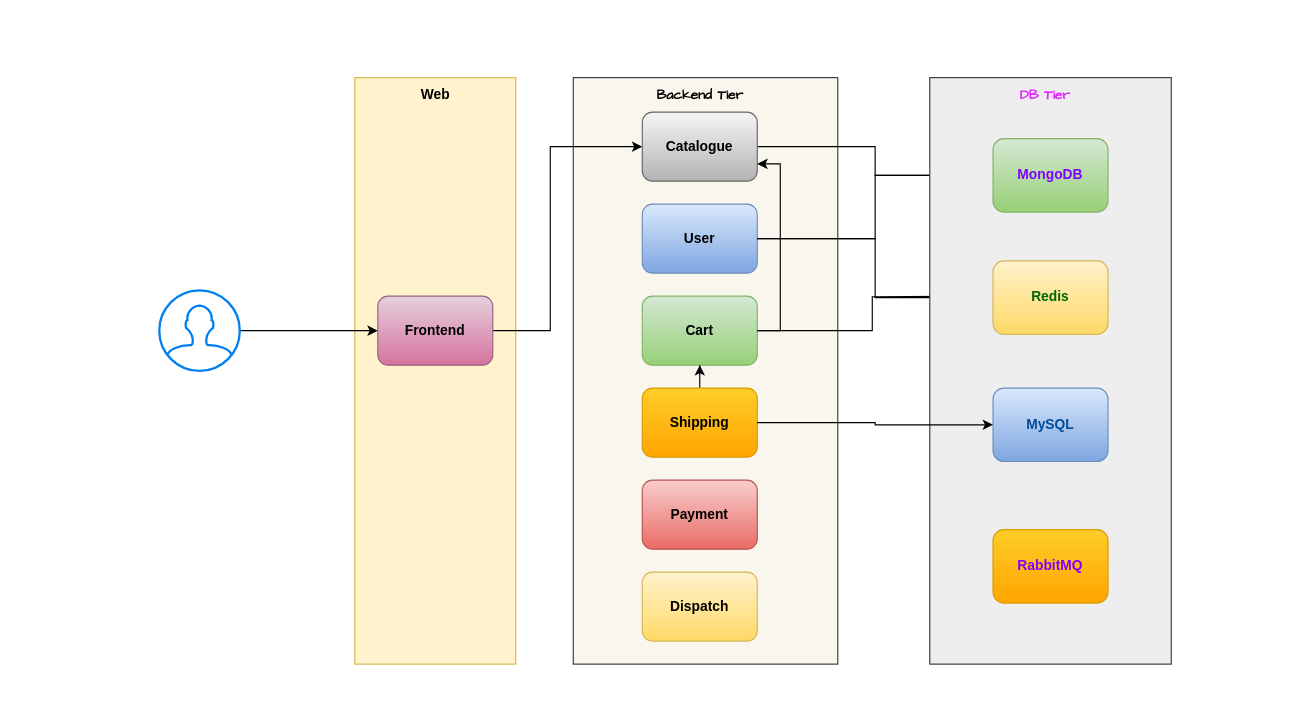
daws-84s/diagrams keeps this draw.io diagram as roboshop.drawio. Above is the earlier version. Source tidied: cells renumbered, new cells numbered last; positions are measured from the earlier drawing's top-left corner, leaving out a move shared by most shapes. Both pictures are drawn from the tidied source at 115%, with x=0, y=0 at pixel (159, 77).
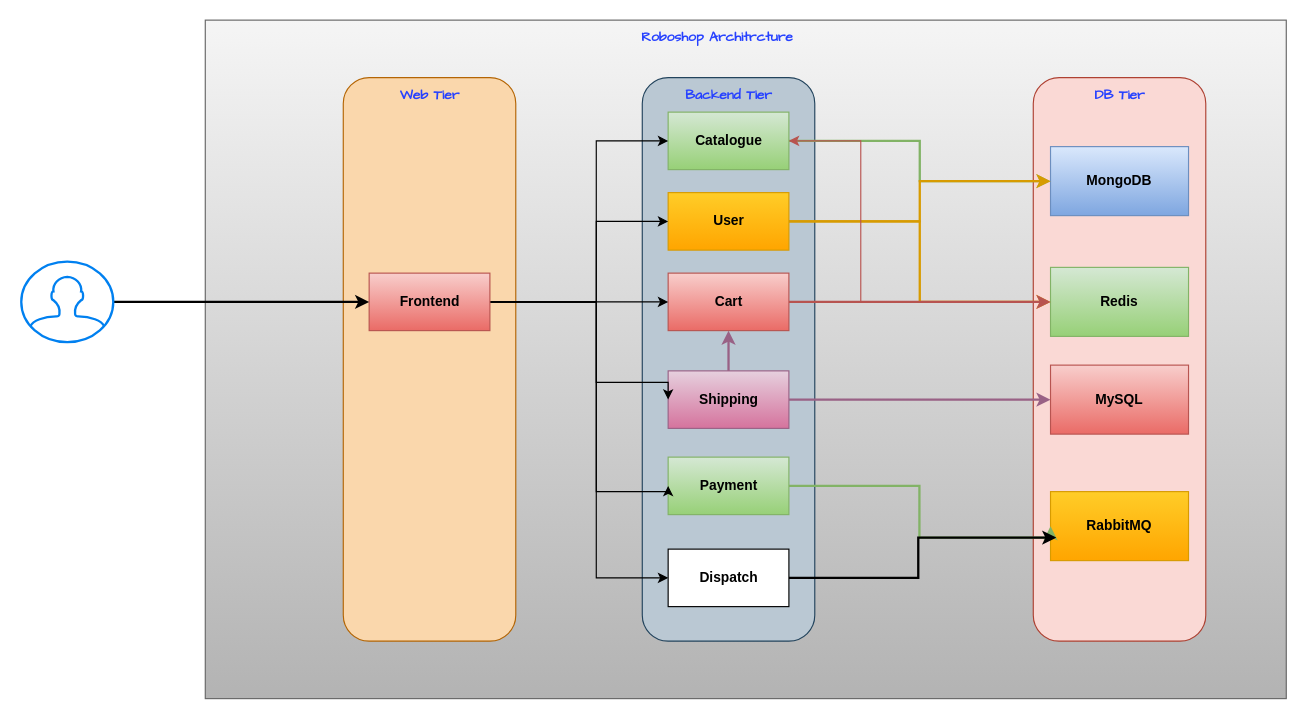
The same page after the edit.

Diff of the diagram source:
```diff
@@
-    <mxCell id="2" style="rounded=0;whiteSpace=wrap;html=1;fillColor=#f9f7ed;strokeColor=#36393d;" parent="1" vertex="1">
-      <mxGeometry x="360" width="230" height="510" as="geometry" />
-    </mxCell>
-    <mxCell id="3" style="rounded=0;whiteSpace=wrap;html=1;fillColor=#fff2cc;strokeColor=#d6b656;" parent="1" vertex="1">
-      <mxGeometry x="170" width="140" height="510" as="geometry" />
-    </mxCell>
+    <mxCell id="30" style="rounded=0;whiteSpace=wrap;html=1;fillColor=#f5f5f5;gradientColor=#b3b3b3;strokeColor=#666666;" parent="1" vertex="1">
+      <mxGeometry x="40" y="-50" width="940" height="590" as="geometry" />
+    </mxCell>
+    <mxCell id="31" style="rounded=1;whiteSpace=wrap;html=1;fillColor=#fad9d5;strokeColor=#ae4132;" parent="1" vertex="1">
+      <mxGeometry x="760" width="150" height="490" as="geometry" />
+    </mxCell>
+    <mxCell id="25" value="&lt;b&gt;Redis&lt;/b&gt;" style="rounded=0;whiteSpace=wrap;html=1;fillColor=#d5e8d4;gradientColor=#97d077;strokeColor=#82b366;" parent="1" vertex="1">
+      <mxGeometry x="775" y="165" width="120" height="60" as="geometry" />
+    </mxCell>
+    <mxCell id="24" value="&lt;b&gt;MongoDB&lt;/b&gt;" style="rounded=0;whiteSpace=wrap;html=1;fillColor=#dae8fc;gradientColor=#7ea6e0;strokeColor=#6c8ebf;" parent="1" vertex="1">
+      <mxGeometry x="775" y="60" width="120" height="60" as="geometry" />
+    </mxCell>
+    <mxCell id="26" value="&lt;b&gt;MySQL&lt;/b&gt;" style="rounded=0;whiteSpace=wrap;html=1;fillColor=#f8cecc;gradientColor=#ea6b66;strokeColor=#b85450;" parent="1" vertex="1">
+      <mxGeometry x="775" y="250" width="120" height="60" as="geometry" />
+    </mxCell>
+    <mxCell id="27" value="&lt;b&gt;RabbitMQ&lt;/b&gt;" style="rounded=0;whiteSpace=wrap;html=1;fillColor=#ffcd28;gradientColor=#ffa500;strokeColor=#d79b00;" parent="1" vertex="1">
+      <mxGeometry x="775" y="360" width="120" height="60" as="geometry" />
+    </mxCell>
+    <mxCell id="32" style="rounded=1;whiteSpace=wrap;html=1;fillColor=#bac8d3;strokeColor=#23445d;" parent="1" vertex="1">
+      <mxGeometry x="420" width="150" height="490" as="geometry" />
+    </mxCell>
-    <mxCell id="4" style="edgeStyle=orthogonalEdgeStyle;rounded=0;jettySize=auto;html=1;entryX=0;entryY=0.5;entryDx=0;entryDy=0;flowAnimation=1;" parent="1" edge="1" source="5" target="24">
+    <mxCell id="4" style="edgeStyle=orthogonalEdgeStyle;rounded=0;jettySize=auto;html=1;entryX=0;entryY=0.5;entryDx=0;entryDy=0;fillColor=#d5e8d4;gradientColor=#97d077;strokeColor=#82b366;strokeWidth=2;flowAnimation=1;" parent="1" edge="1" source="5" target="24">
       <mxGeometry relative="1" as="geometry" />
     </mxCell>
-    <mxCell id="5" value="&lt;b&gt;Catalogue&lt;/b&gt;" style="rounded=1;whiteSpace=wrap;html=1;fillColor=#f5f5f5;gradientColor=#b3b3b3;strokeColor=#666666;" parent="1" vertex="1">
-      <mxGeometry x="420" y="30" width="100" height="60" as="geometry" />
+    <mxCell id="5" value="&lt;b&gt;Catalogue&lt;/b&gt;" style="rounded=0;whiteSpace=wrap;html=1;fillColor=#d5e8d4;gradientColor=#97d077;strokeColor=#82b366;" parent="1" vertex="1">
+      <mxGeometry x="442.5" y="30" width="105" height="50" as="geometry" />
     </mxCell>
+    <mxCell id="20" style="edgeStyle=orthogonalEdgeStyle;rounded=0;jettySize=auto;html=1;entryX=0;entryY=0.5;entryDx=0;entryDy=0;fillColor=#ffcd28;gradientColor=#ffa500;strokeColor=#d79b00;strokeWidth=2;flowAnimation=1;" parent="1" edge="1" source="6" target="25">
+      <mxGeometry relative="1" as="geometry" />
+    </mxCell>
+    <mxCell id="19" style="edgeStyle=orthogonalEdgeStyle;rounded=0;jettySize=auto;html=1;entryX=0;entryY=0.5;entryDx=0;entryDy=0;fillColor=#ffcd28;gradientColor=#ffa500;strokeColor=#d79b00;flowAnimation=1;strokeWidth=2;" parent="1" edge="1" source="6" target="24">
+      <mxGeometry relative="1" as="geometry" />
+    </mxCell>
-    <mxCell id="6" value="&lt;b&gt;User&lt;/b&gt;" style="rounded=1;whiteSpace=wrap;html=1;fillColor=#dae8fc;gradientColor=#7ea6e0;strokeColor=#6c8ebf;" parent="1" vertex="1">
-      <mxGeometry x="420" y="110" width="100" height="60" as="geometry" />
+    <mxCell id="6" value="&lt;b&gt;User&lt;/b&gt;" style="rounded=0;whiteSpace=wrap;html=1;fillColor=#ffcd28;gradientColor=#ffa500;strokeColor=#d79b00;" parent="1" vertex="1">
+      <mxGeometry x="442.5" y="100" width="105" height="50" as="geometry" />
     </mxCell>
+    <mxCell id="33" style="edgeStyle=orthogonalEdgeStyle;rounded=0;jettySize=auto;html=1;entryX=0;entryY=0.5;entryDx=0;entryDy=0;fillColor=#f8cecc;gradientColor=#ea6b66;strokeColor=#b85450;flowAnimation=1;strokeWidth=2;" parent="1" edge="1" source="8" target="25">
+      <mxGeometry relative="1" as="geometry" />
+    </mxCell>
-    <mxCell id="7" style="edgeStyle=orthogonalEdgeStyle;rounded=0;jettySize=auto;html=1;entryX=1;entryY=0.75;entryDx=0;entryDy=0;flowAnimation=1;" parent="1" edge="1" source="8" target="5">
+    <mxCell id="7" style="edgeStyle=orthogonalEdgeStyle;rounded=0;jettySize=auto;html=1;entryX=1;entryY=0.5;entryDx=0;entryDy=0;fillColor=#f8cecc;gradientColor=#ea6b66;strokeColor=#b85450;flowAnimation=1;" parent="1" edge="1" source="8" target="5">
       <mxGeometry relative="1" as="geometry">
         <Array as="points">
-          <mxPoint x="540" y="220" />
-          <mxPoint x="540" y="75" />
+          <mxPoint x="610" y="195" />
+          <mxPoint x="610" y="55" />
         </Array>
       </mxGeometry>
     </mxCell>
-    <mxCell id="8" value="&lt;b&gt;Cart&lt;/b&gt;" style="rounded=1;whiteSpace=wrap;html=1;fillColor=#d5e8d4;gradientColor=#97d077;strokeColor=#82b366;" parent="1" vertex="1">
-      <mxGeometry x="420" y="190" width="100" height="60" as="geometry" />
+    <mxCell id="8" value="&lt;b&gt;Cart&lt;/b&gt;" style="rounded=0;whiteSpace=wrap;html=1;fillColor=#f8cecc;gradientColor=#ea6b66;strokeColor=#b85450;" parent="1" vertex="1">
+      <mxGeometry x="442.5" y="170" width="105" height="50" as="geometry" />
     </mxCell>
-    <mxCell id="9" style="edgeStyle=orthogonalEdgeStyle;rounded=0;jettySize=auto;html=1;" parent="1" edge="1" source="10" target="8">
+    <mxCell id="9" style="edgeStyle=orthogonalEdgeStyle;rounded=0;jettySize=auto;html=1;fillColor=#e6d0de;gradientColor=#d5739d;strokeColor=#996185;strokeWidth=2;flowAnimation=1;" parent="1" edge="1" source="10" target="8">
       <mxGeometry relative="1" as="geometry" />
     </mxCell>
+    <mxCell id="29" style="edgeStyle=orthogonalEdgeStyle;rounded=0;jettySize=auto;html=1;entryX=0;entryY=0.5;entryDx=0;entryDy=0;strokeWidth=2;flowAnimation=1;fillColor=#e6d0de;gradientColor=#d5739d;strokeColor=#996185;" parent="1" edge="1" source="10" target="26">
+      <mxGeometry relative="1" as="geometry" />
+    </mxCell>
-    <mxCell id="10" value="&lt;b&gt;Shipping&lt;/b&gt;" style="rounded=1;whiteSpace=wrap;html=1;fillColor=#ffcd28;gradientColor=#ffa500;strokeColor=#d79b00;" parent="1" vertex="1">
-      <mxGeometry x="420" y="270" width="100" height="60" as="geometry" />
+    <mxCell id="10" value="&lt;b&gt;Shipping&lt;/b&gt;" style="rounded=0;whiteSpace=wrap;html=1;fillColor=#e6d0de;gradientColor=#d5739d;strokeColor=#996185;" parent="1" vertex="1">
+      <mxGeometry x="442.5" y="255" width="105" height="50" as="geometry" />
     </mxCell>
+    <mxCell id="34" style="edgeStyle=orthogonalEdgeStyle;rounded=0;jettySize=auto;html=1;entryX=0;entryY=0.5;entryDx=0;entryDy=0;flowAnimation=1;fillColor=#d5e8d4;gradientColor=#97d077;strokeColor=#82b366;strokeWidth=2;" parent="1" edge="1" source="11" target="27">
+      <mxGeometry relative="1" as="geometry">
+        <Array as="points">
+          <mxPoint x="661" y="355" />
+          <mxPoint x="661" y="400" />
+          <mxPoint x="775" y="400" />
+        </Array>
+      </mxGeometry>
+    </mxCell>
-    <mxCell id="11" value="&lt;b&gt;Payment&lt;/b&gt;" style="rounded=1;whiteSpace=wrap;html=1;fillColor=#f8cecc;gradientColor=#ea6b66;strokeColor=#b85450;" parent="1" vertex="1">
-      <mxGeometry x="420" y="350" width="100" height="60" as="geometry" />
+    <mxCell id="11" value="&lt;b&gt;Payment&lt;/b&gt;" style="rounded=0;whiteSpace=wrap;html=1;fillColor=#d5e8d4;gradientColor=#97d077;strokeColor=#82b366;" parent="1" vertex="1">
+      <mxGeometry x="442.5" y="330" width="105" height="50" as="geometry" />
     </mxCell>
+    <mxCell id="35" style="edgeStyle=orthogonalEdgeStyle;rounded=0;jettySize=auto;html=1;flowAnimation=1;strokeWidth=2;" parent="1" edge="1" source="12">
+      <mxGeometry relative="1" as="geometry">
+        <mxPoint x="780" y="400" as="targetPoint" />
+        <Array as="points">
+          <mxPoint x="660" y="435" />
+          <mxPoint x="660" y="400" />
+        </Array>
+      </mxGeometry>
+    </mxCell>
-    <mxCell id="12" value="&lt;b&gt;Dispatch&lt;/b&gt;" style="rounded=1;whiteSpace=wrap;html=1;fillColor=#fff2cc;gradientColor=#ffd966;strokeColor=#d6b656;" parent="1" vertex="1">
-      <mxGeometry x="420" y="430" width="100" height="60" as="geometry" />
+    <mxCell id="12" value="&lt;b&gt;Dispatch&lt;/b&gt;" style="rounded=0;whiteSpace=wrap;html=1;" parent="1" vertex="1">
+      <mxGeometry x="442.5" y="410" width="105" height="50" as="geometry" />
     </mxCell>
+    <mxCell id="36" style="rounded=1;whiteSpace=wrap;html=1;fillColor=#fad7ac;strokeColor=#b46504;" parent="1" vertex="1">
+      <mxGeometry x="160" width="150" height="490" as="geometry" />
+    </mxCell>
-    <mxCell id="13" style="edgeStyle=orthogonalEdgeStyle;rounded=0;jettySize=auto;html=1;entryX=0;entryY=0.5;entryDx=0;entryDy=0;" parent="1" edge="1" source="14" target="5">
+    <mxCell id="13" style="edgeStyle=orthogonalEdgeStyle;rounded=0;jettySize=auto;html=1;" parent="1" edge="1" source="14" target="5">
       <mxGeometry relative="1" as="geometry">
         <Array as="points">
-          <mxPoint x="340" y="220" />
-          <mxPoint x="340" y="60" />
+          <mxPoint x="380" y="195" />
+          <mxPoint x="380" y="55" />
         </Array>
       </mxGeometry>
     </mxCell>
+    <mxCell id="37" style="edgeStyle=orthogonalEdgeStyle;rounded=0;jettySize=auto;html=1;entryX=0;entryY=0.5;entryDx=0;entryDy=0;" parent="1" edge="1" source="14" target="6">
+      <mxGeometry relative="1" as="geometry">
+        <Array as="points">
+          <mxPoint x="380" y="195" />
+          <mxPoint x="380" y="125" />
+        </Array>
+      </mxGeometry>
+    </mxCell>
+    <mxCell id="38" style="edgeStyle=orthogonalEdgeStyle;rounded=0;jettySize=auto;html=1;entryX=0;entryY=0.5;entryDx=0;entryDy=0;" parent="1" edge="1" source="14" target="8">
+      <mxGeometry relative="1" as="geometry" />
+    </mxCell>
+    <mxCell id="39" style="edgeStyle=orthogonalEdgeStyle;rounded=0;jettySize=auto;html=1;entryX=0;entryY=0.5;entryDx=0;entryDy=0;" parent="1" edge="1" source="14" target="10">
+      <mxGeometry relative="1" as="geometry">
+        <Array as="points">
+          <mxPoint x="380" y="195" />
+          <mxPoint x="380" y="265" />
+        </Array>
+      </mxGeometry>
+    </mxCell>
+    <mxCell id="40" style="edgeStyle=orthogonalEdgeStyle;rounded=0;jettySize=auto;html=1;entryX=0;entryY=0.5;entryDx=0;entryDy=0;" parent="1" edge="1" source="14" target="11">
+      <mxGeometry relative="1" as="geometry">
+        <Array as="points">
+          <mxPoint x="380" y="195" />
+          <mxPoint x="380" y="360" />
+          <mxPoint x="443" y="360" />
+        </Array>
+      </mxGeometry>
+    </mxCell>
+    <mxCell id="41" style="edgeStyle=orthogonalEdgeStyle;rounded=0;jettySize=auto;html=1;entryX=0;entryY=0.5;entryDx=0;entryDy=0;" parent="1" edge="1" source="14" target="12">
+      <mxGeometry relative="1" as="geometry">
+        <Array as="points">
+          <mxPoint x="380" y="195" />
+          <mxPoint x="380" y="435" />
+        </Array>
+      </mxGeometry>
+    </mxCell>
-    <mxCell id="14" value="&lt;b&gt;Frontend&lt;/b&gt;" style="rounded=1;whiteSpace=wrap;html=1;fillColor=#e6d0de;gradientColor=#d5739d;strokeColor=#996185;" parent="1" vertex="1">
-      <mxGeometry x="190" y="190" width="100" height="60" as="geometry" />
+    <mxCell id="14" value="&lt;b&gt;Frontend&lt;/b&gt;" style="rounded=0;whiteSpace=wrap;html=1;fillColor=#f8cecc;gradientColor=#ea6b66;strokeColor=#b85450;" parent="1" vertex="1">
+      <mxGeometry x="182.5" y="170" width="105" height="50" as="geometry" />
     </mxCell>
+    <mxCell id="42" value="&lt;b&gt;&lt;font style=&quot;color: rgb(38, 65, 255);&quot; face=&quot;Comic Sans MS&quot;&gt;Roboshop Architrcture&lt;/font&gt;&lt;/b&gt;" style="text;html=1;align=center;verticalAlign=middle;strokeColor=none;fillColor=none;" parent="1" vertex="1">
+      <mxGeometry x="410" y="-50" width="150" height="30" as="geometry" />
+    </mxCell>
+    <mxCell id="43" value="&lt;font face=&quot;Comic Sans MS&quot; color=&quot;#2641ff&quot;&gt;&lt;b&gt;Web Tier&lt;/b&gt;&lt;/font&gt;" style="text;html=1;align=center;verticalAlign=middle;strokeColor=none;fillColor=none;" parent="1" vertex="1">
+      <mxGeometry x="195" width="80" height="30" as="geometry" />
+    </mxCell>
-    <mxCell id="15" value="&lt;b&gt;&lt;font face=&quot;Comic Sans MS&quot;&gt;Backend Tier&lt;/font&gt;&lt;/b&gt;" style="text;html=1;align=center;verticalAlign=middle;strokeColor=none;fillColor=none;" parent="1" vertex="1">
-      <mxGeometry x="420" width="100" height="30" as="geometry" />
+    <mxCell id="15" value="&lt;font face=&quot;Comic Sans MS&quot; color=&quot;#2641ff&quot;&gt;&lt;b&gt;Backend Tier&lt;/b&gt;&lt;/font&gt;" style="text;html=1;align=center;verticalAlign=middle;strokeColor=none;fillColor=none;" parent="1" vertex="1">
+      <mxGeometry x="445" width="100" height="30" as="geometry" />
     </mxCell>
-    <mxCell id="16" value="&lt;b&gt;Web&lt;/b&gt;" style="text;html=1;align=center;verticalAlign=middle;strokeColor=none;fillColor=none;" parent="1" vertex="1">
-      <mxGeometry x="215" width="50" height="30" as="geometry" />
-    </mxCell>
-    <mxCell id="17" style="edgeStyle=orthogonalEdgeStyle;rounded=0;jettySize=auto;html=1;" parent="1" edge="1" source="18" target="14">
-      <mxGeometry relative="1" as="geometry" />
-    </mxCell>
-    <mxCell id="18" style="html=1;verticalLabelPosition=bottom;align=center;labelBackgroundColor=#ffffff;verticalAlign=top;strokeWidth=2;strokeColor=#0080F0;shadow=0;dashed=0;shape=mxgraph.ios7.icons.user;" parent="1" vertex="1">
-      <mxGeometry y="185" width="70" height="70" as="geometry" />
-    </mxCell>
-    <mxCell id="19" style="edgeStyle=orthogonalEdgeStyle;rounded=0;jettySize=auto;html=1;entryX=0;entryY=0.5;entryDx=0;entryDy=0;flowAnimation=1;" parent="1" edge="1" source="6" target="24">
-      <mxGeometry relative="1" as="geometry" />
-    </mxCell>
-    <mxCell id="20" style="edgeStyle=orthogonalEdgeStyle;rounded=0;jettySize=auto;html=1;entryX=0;entryY=0.5;entryDx=0;entryDy=0;flowAnimation=1;" parent="1" edge="1" source="6" target="25">
-      <mxGeometry relative="1" as="geometry" />
-    </mxCell>
-    <mxCell id="21" style="edgeStyle=orthogonalEdgeStyle;rounded=0;jettySize=auto;html=1;flowAnimation=1;" parent="1" edge="1" source="8">
-      <mxGeometry relative="1" as="geometry">
-        <mxPoint x="720" y="190" as="targetPoint" />
-      </mxGeometry>
-    </mxCell>
-    <mxCell id="22" style="rounded=0;whiteSpace=wrap;html=1;fillColor=#eeeeee;strokeColor=#36393d;" parent="1" vertex="1">
-      <mxGeometry x="670" width="210" height="510" as="geometry" />
-    </mxCell>
-    <mxCell id="23" style="group;" parent="1" vertex="1">
-      <mxGeometry x="725" width="100" height="456.9" as="geometry" />
-    </mxCell>
-    <mxCell id="24" value="&lt;b&gt;&lt;font style=&quot;color: rgb(127, 0, 255);&quot;&gt;MongoDB&lt;/font&gt;&lt;/b&gt;" style="rounded=1;whiteSpace=wrap;html=1;fillColor=#d5e8d4;gradientColor=#97d077;strokeColor=#82b366;" parent="23" vertex="1">
-      <mxGeometry y="53.1" width="100" height="63.8" as="geometry" />
-    </mxCell>
-    <mxCell id="25" value="&lt;b&gt;&lt;font style=&quot;color: rgb(0, 102, 0);&quot;&gt;Redis&lt;/font&gt;&lt;/b&gt;" style="rounded=1;whiteSpace=wrap;html=1;fillColor=#fff2cc;gradientColor=#ffd966;strokeColor=#d6b656;" parent="23" vertex="1">
-      <mxGeometry y="159.4" width="100" height="63.8" as="geometry" />
-    </mxCell>
-    <mxCell id="26" value="&lt;b&gt;&lt;font style=&quot;color: rgb(0, 76, 153);&quot;&gt;MySQL&lt;/font&gt;&lt;/b&gt;" style="rounded=1;whiteSpace=wrap;html=1;fillColor=#dae8fc;gradientColor=#7ea6e0;strokeColor=#6c8ebf;" parent="23" vertex="1">
-      <mxGeometry y="270" width="100" height="63.8" as="geometry" />
-    </mxCell>
-    <mxCell id="27" value="&lt;b&gt;&lt;font style=&quot;color: rgb(127, 0, 255);&quot;&gt;RabbitMQ&lt;/font&gt;&lt;/b&gt;" style="rounded=1;whiteSpace=wrap;html=1;fillColor=#ffcd28;gradientColor=#ffa500;strokeColor=#d79b00;" parent="23" vertex="1">
-      <mxGeometry y="393.1" width="100" height="63.8" as="geometry" />
-    </mxCell>
-    <mxCell id="28" value="&lt;b&gt;&lt;font style=&quot;color: rgb(227, 36, 255);&quot; face=&quot;Comic Sans MS&quot;&gt;DB Tier&lt;/font&gt;&lt;/b&gt;" style="text;html=1;align=center;verticalAlign=middle;strokeColor=none;fillColor=none;" parent="23" vertex="1">
-      <mxGeometry x="10" width="70" height="30" as="geometry" />
+    <mxCell id="28" value="&lt;font face=&quot;Comic Sans MS&quot; color=&quot;#2641ff&quot;&gt;&lt;b&gt;DB Tier&lt;/b&gt;&lt;/font&gt;" style="text;html=1;align=center;verticalAlign=middle;strokeColor=none;fillColor=none;" parent="1" vertex="1">
+      <mxGeometry x="800" width="70" height="30" as="geometry" />
     </mxCell>
-    <mxCell id="29" style="edgeStyle=orthogonalEdgeStyle;rounded=0;jettySize=auto;html=1;" parent="1" edge="1" source="10" target="26">
-      <mxGeometry relative="1" as="geometry" />
-    </mxCell>
+    <mxCell id="44" style="edgeStyle=orthogonalEdgeStyle;rounded=0;jettySize=auto;html=1;entryX=0;entryY=0.5;entryDx=0;entryDy=0;flowAnimation=1;strokeWidth=2;" parent="1" edge="1" source="45" target="14">
+      <mxGeometry relative="1" as="geometry" />
+    </mxCell>
+    <mxCell id="45" style="html=1;verticalLabelPosition=bottom;align=center;labelBackgroundColor=#ffffff;verticalAlign=top;strokeWidth=2;strokeColor=#0080F0;shadow=0;dashed=0;shape=mxgraph.ios7.icons.user;" parent="1" vertex="1">
+      <mxGeometry x="-120" y="160" width="80" height="70" as="geometry" />
+    </mxCell>
```
